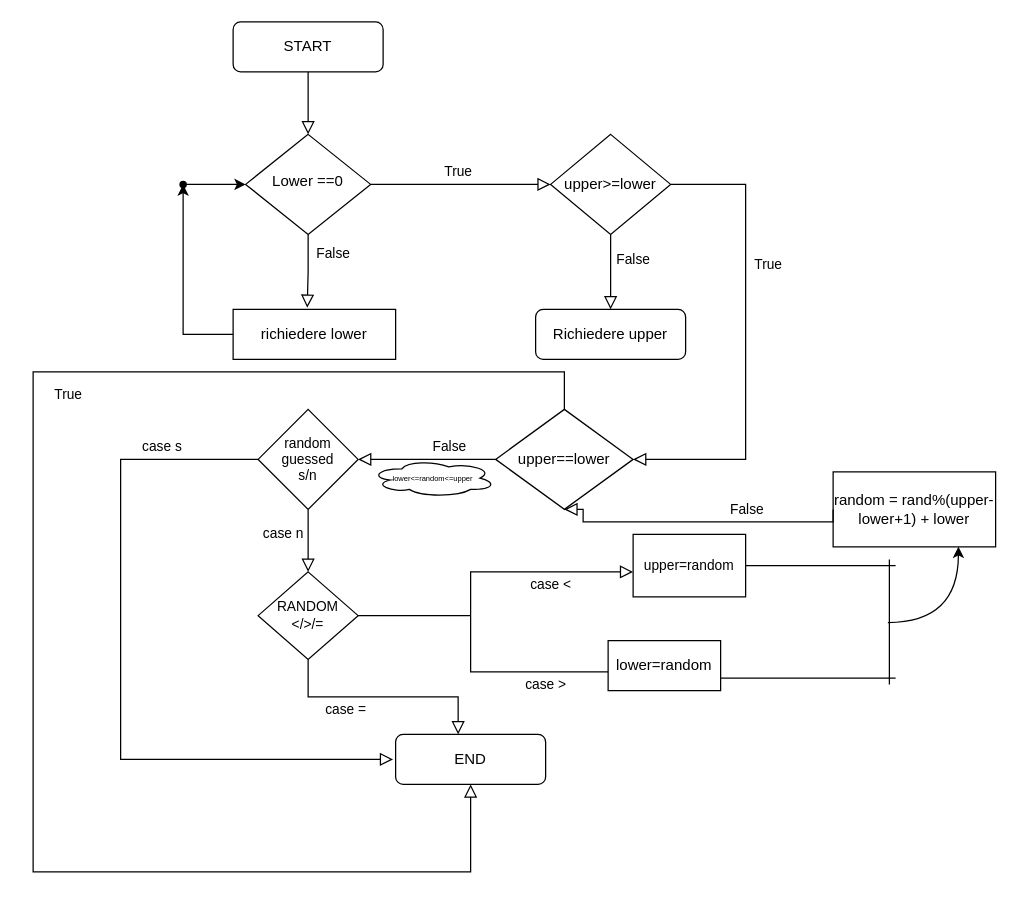
Earlier version of the draw.io diagram Untitled Diagram.drawio (Fedda17/Flowchart). Source tidied: cells renumbered, new cells numbered last; positions are measured from the earlier drawing's top-left corner, leaving out a move shared by most shapes. Both pictures are drawn from the tidied source at 125%, with x=0, y=0 at pixel (32, 21).
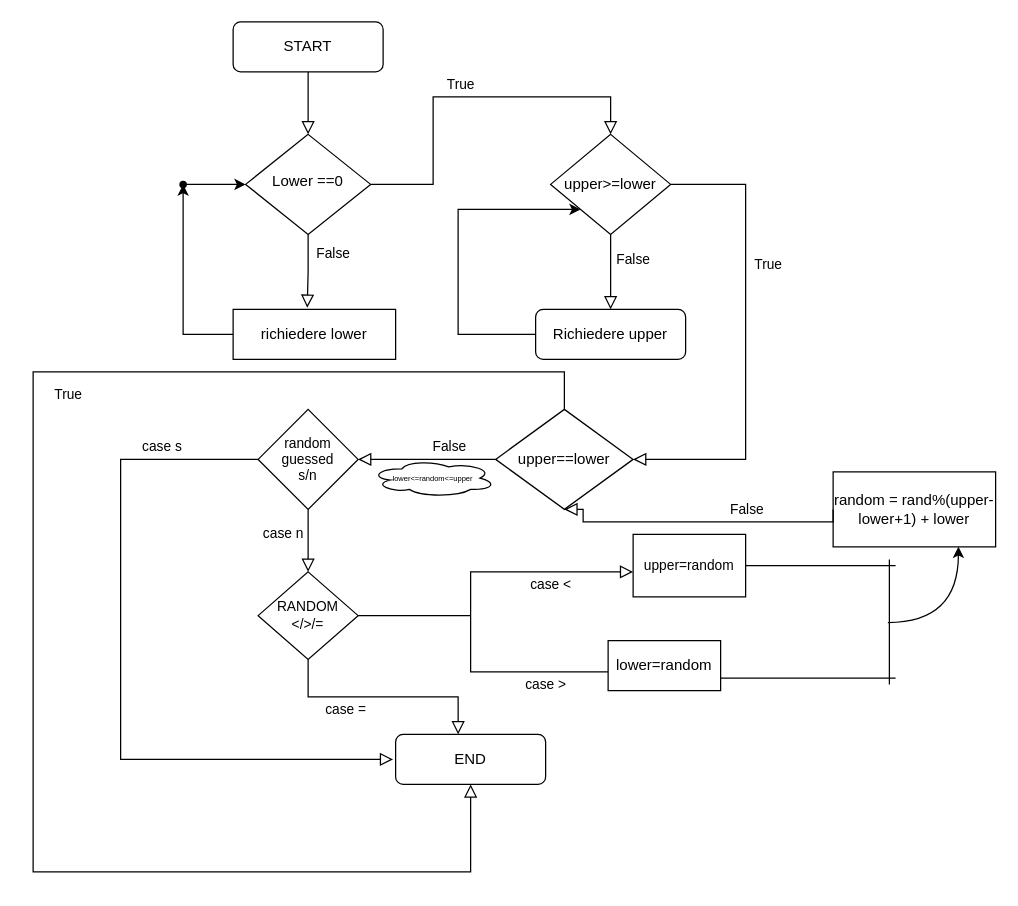
The same page after the edit.

Unchanged cells that the change refers to:
```xml
<mxCell id="6" value="Lower ==0" style="rhombus;whiteSpace=wrap;html=1;shadow=0;fontFamily=Helvetica;fontSize=12;align=center;strokeWidth=1;spacing=6;spacingTop=-4;" parent="1" vertex="1">
  <mxGeometry x="170" y="90" width="100" height="80" as="geometry" />
</mxCell>
<mxCell id="8" value="Richiedere upper" style="rounded=1;whiteSpace=wrap;html=1;fontSize=12;glass=0;strokeWidth=1;shadow=0;" parent="1" vertex="1">
  <mxGeometry x="402" y="230" width="120" height="40" as="geometry" />
</mxCell>
<mxCell id="9" value="upper&amp;gt;=lower" style="rhombus;whiteSpace=wrap;html=1;" parent="1" vertex="1">
  <mxGeometry x="414" y="90" width="96" height="80" as="geometry" />
</mxCell>
```

The edit, as a diff of the source:
```diff
@@
-    <mxCell id="5" value="True" style="edgeStyle=orthogonalEdgeStyle;rounded=0;html=1;jettySize=auto;fontSize=11;endArrow=block;endFill=0;endSize=8;strokeWidth=1;shadow=0;labelBackgroundColor=none;" parent="1" edge="1" source="6">
+    <mxCell id="5" value="True" style="edgeStyle=orthogonalEdgeStyle;rounded=0;html=1;jettySize=auto;fontSize=11;endArrow=block;endFill=0;endSize=8;strokeWidth=1;shadow=0;labelBackgroundColor=none;" parent="1" edge="1" source="6" target="9">
       <mxGeometry x="-0.03" y="10" relative="1" as="geometry">
-        <mxPoint x="414" y="130" as="targetPoint" />
         <Array as="points">
-          <mxPoint x="340" y="130" />
-          <mxPoint x="340" y="130" />
+          <mxPoint x="320" y="130" />
+          <mxPoint x="320" y="60" />
+          <mxPoint x="462" y="60" />
         </Array>
       </mxGeometry>
     </mxCell>
@@
+    <mxCell id="36" style="edgeStyle=orthogonalEdgeStyle;rounded=0;jettySize=auto;html=1;" parent="1" edge="1" source="8" target="9">
+      <mxGeometry relative="1" as="geometry">
+        <Array as="points">
+          <mxPoint x="340" y="250" />
+          <mxPoint x="340" y="150" />
+        </Array>
+      </mxGeometry>
+    </mxCell>
```
